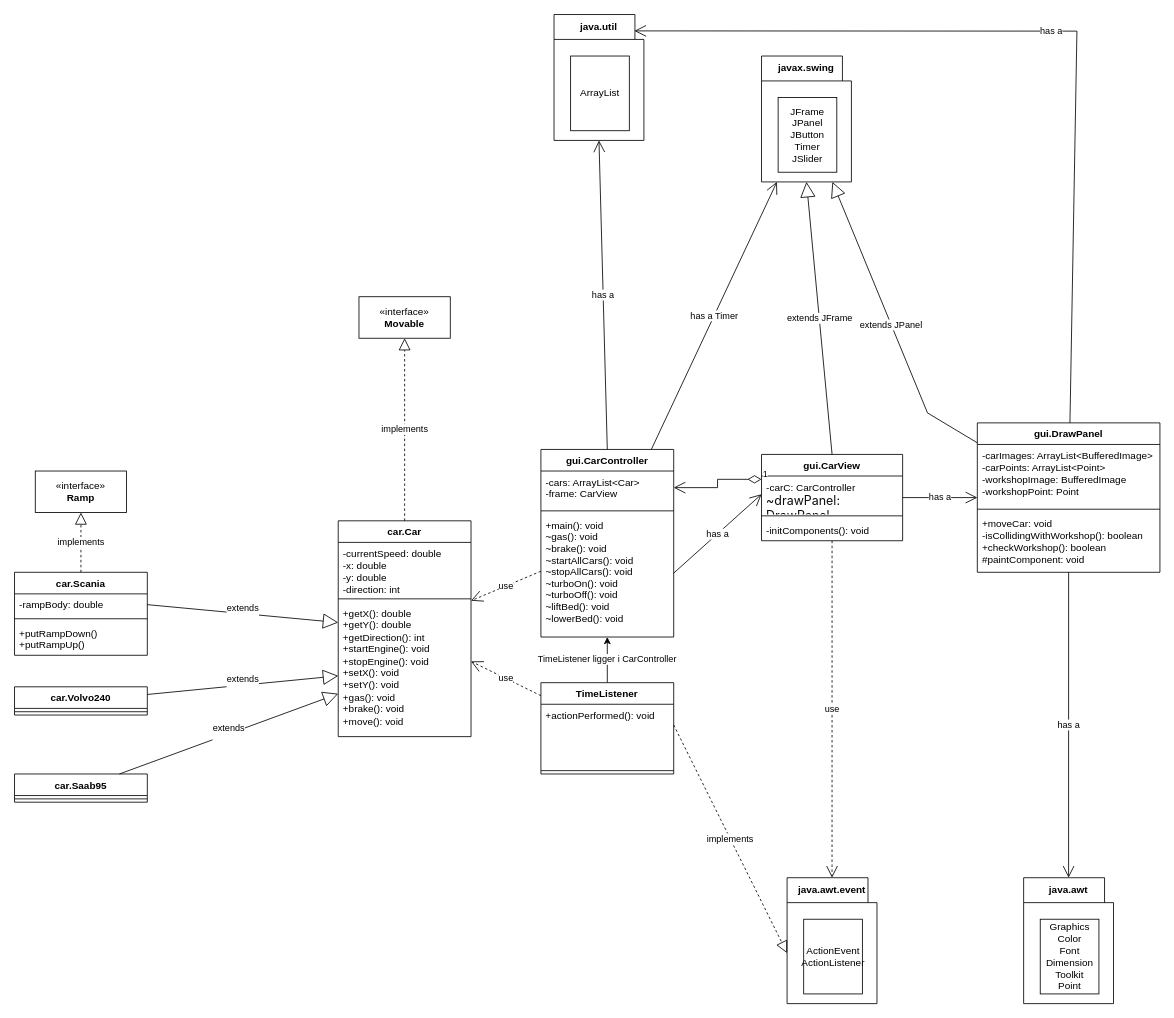
Earlier version of the draw.io diagram UML.drawio (jakobwennberg/OOP_lab1). Source tidied: cells renumbered, new cells numbered last; positions are measured from the earlier drawing's top-left corner, leaving out a move shared by most shapes. Both pictures are drawn from the tidied source at 83%, with x=0, y=0 at pixel (14, 14).
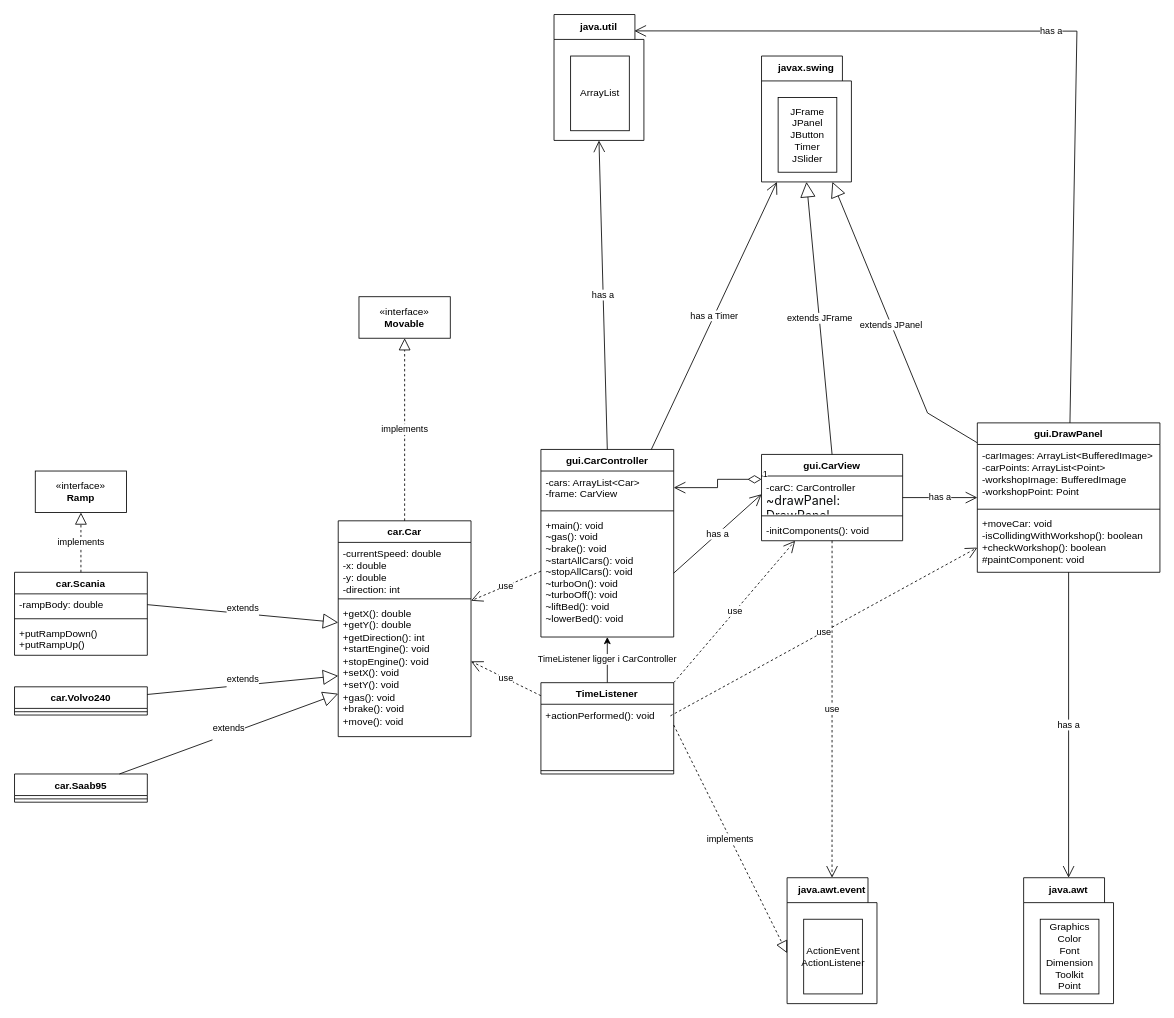
Above is the later version.

The change refers to these unchanged cells:
```xml
<mxCell id="18" value="gui.DrawPanel" style="swimlane;fontStyle=1;align=center;verticalAlign=top;horizontal=1;startSize=26;whiteSpace=wrap;html=1;" parent="1" vertex="1">
  <mxGeometry x="1160" y="492" width="220" height="180" as="geometry" />
</mxCell>
<mxCell id="22" value="gui.CarView" style="swimlane;fontStyle=1;align=center;verticalAlign=top;horizontal=1;startSize=26;whiteSpace=wrap;html=1;" parent="1" vertex="1">
  <mxGeometry x="900" y="530" width="170" height="104" as="geometry" />
</mxCell>
<mxCell id="42" value="+actionPerformed(): void&lt;div&gt;&lt;br&gt;&lt;/div&gt;" style="text;strokeColor=none;fillColor=none;align=left;verticalAlign=top;spacingLeft=4;spacingRight=4;overflow=hidden;points=[[0,0.5],[1,0.5]];portConstraint=eastwest;whiteSpace=wrap;html=1;" parent="41" vertex="1">
  <mxGeometry y="26" width="160" height="50" as="geometry" />
</mxCell>
```

Change to the diagram source:
```diff
@@
+    <mxCell id="59" value="use" style="endArrow=open;endSize=12;dashed=1;html=1;rounded=0;exitX=0.975;exitY=0.28;exitDx=0;exitDy=0;exitPerimeter=0;" parent="1" edge="1" source="42" target="18">
+      <mxGeometry relative="1" as="geometry" />
+    </mxCell>
+    <mxCell id="60" value="use" style="endArrow=open;endSize=12;dashed=1;html=1;rounded=0;exitX=0.975;exitY=0.28;exitDx=0;exitDy=0;exitPerimeter=0;" parent="1" edge="1" target="22">
+      <mxGeometry relative="1" as="geometry">
+        <mxPoint x="794.2" y="805" as="sourcePoint" />
+      </mxGeometry>
+    </mxCell>
```
